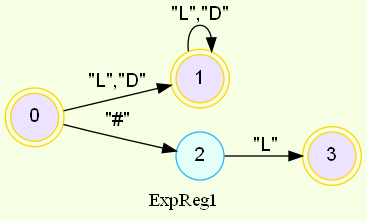
This is AFD_202000119/ExpReg1.png from SergieArizandieta/OLC1-P1-202000119, a Graphviz export, as it was before one commit. Its source is kept beside it as AFD_202000119/ExpReg1.dot.
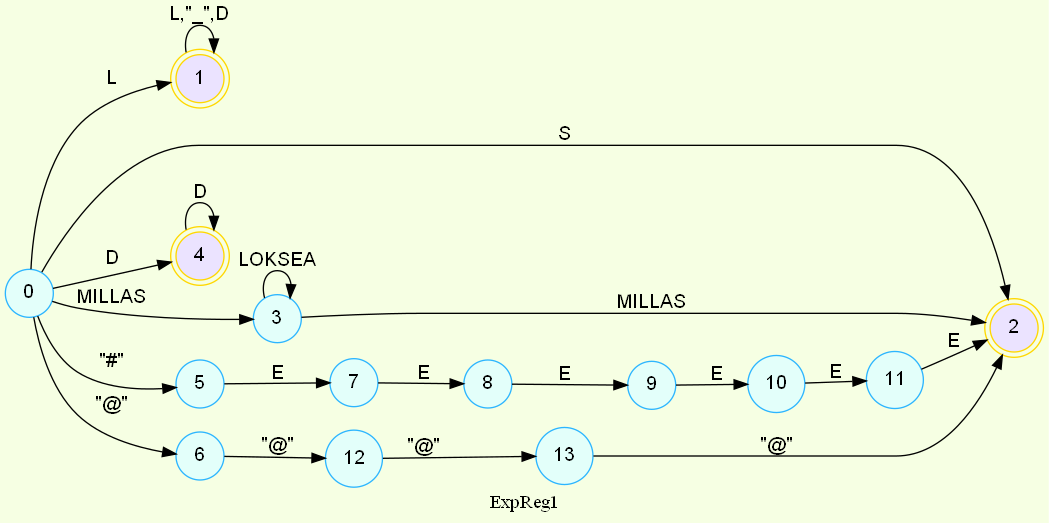
After the change.

Diff of the diagram source:
```diff
@@ -3,11 +3,26 @@
 	node [fontname="Helvetica,Arial,sans-serif" ]
 	edge [fontname="Helvetica,Arial,sans-serif"]
 	rankdir=LR;
-	node [shape = doublecircle, color = gold fillcolor="#EBE3FF" style =filled];0,1,3;
+	node [shape = doublecircle, color = gold fillcolor="#EBE3FF" style =filled];1,2,4;
 	node [shape = circle, color = "#2CB5FF" fillcolor="#E3FFFA" style =filled];
 
-0->1[label = "\"L\",\"D\""];
-0->2[label = "\"#\""];
-1->1[label = "\"L\",\"D\""];
-2->3[label = "\"L\""];
+0->1[label = "L"];
+0->2[label = "S"];
+0->3[label = "MILLAS"];
+0->4[label = "D"];
+0->5[label = "\"#\""];
+0->6[label = "\"@\""];
+1->1[label = "L,\"_\",D"];
+3->3[label = "LOKSEA"];
+3->2[label = "MILLAS"];
+4->4[label = "D"];
+5->7[label = "E"];
+7->8[label = "E"];
+8->9[label = "E"];
+9->10[label = "E"];
+10->11[label = "E"];
+11->2[label = "E"];
+6->12[label = "\"@\""];
+12->13[label = "\"@\""];
+13->2[label = "\"@\""];
 label= ExpReg1}
```
